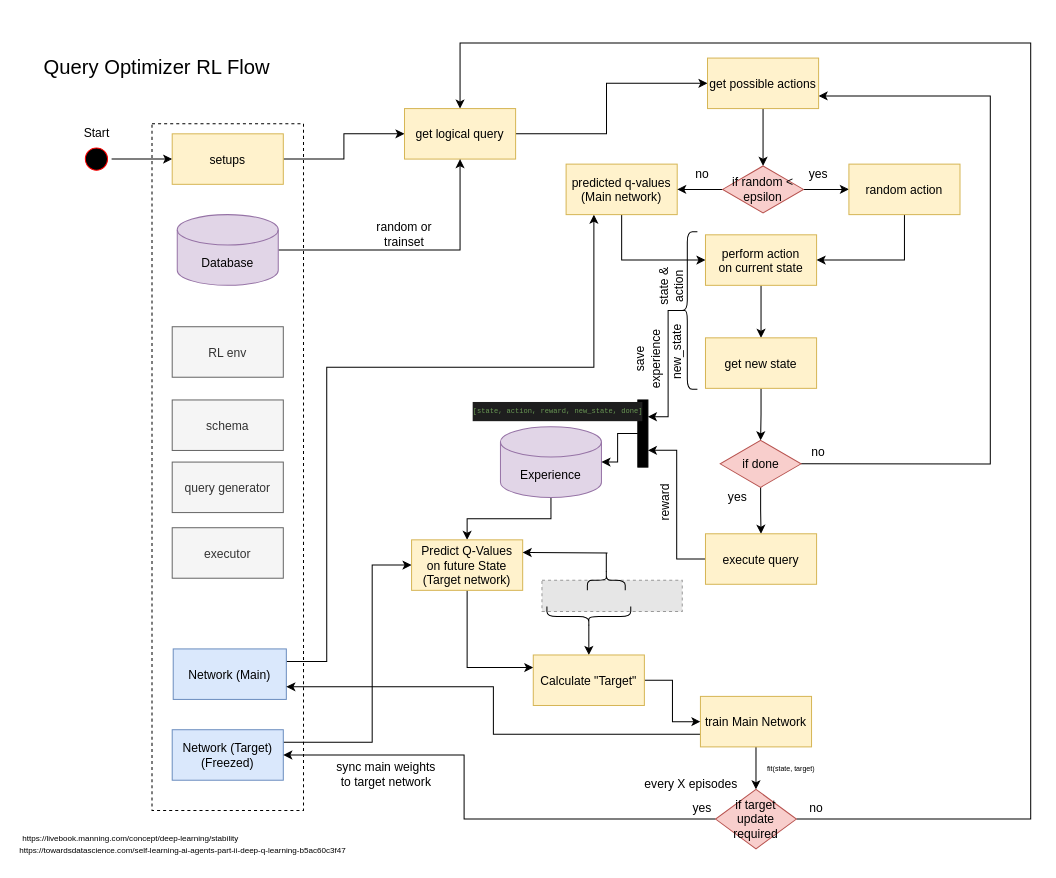
The draw.io diagram RL_Flow.drawio in dsghrg/releo, before the edit. Source tidied: cells renumbered, new cells numbered last; positions are measured from the earlier drawing's top-left corner, leaving out a move shared by most shapes. Both pictures are drawn from the tidied source at 101%, with x=0, y=0 at pixel (17, 37). Pictures stored in the file or linked from it are replaced by grey dashed boxes.
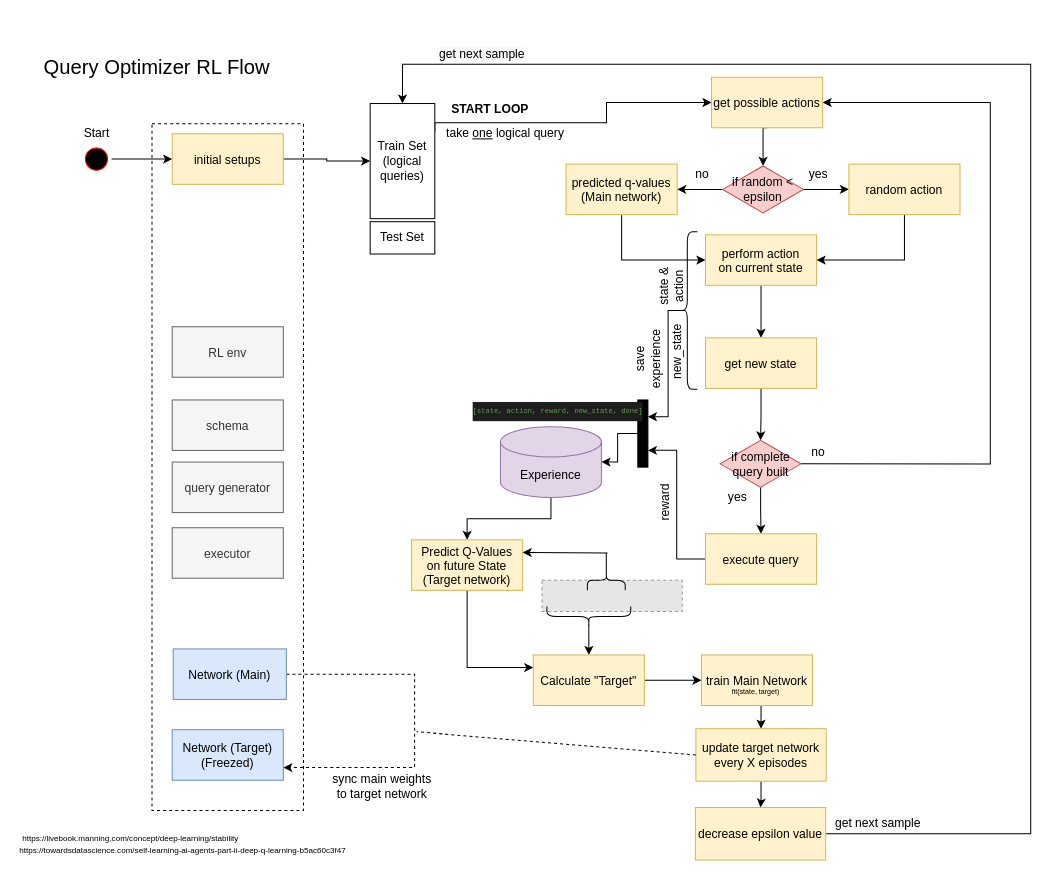
The same page after the edit.

Unchanged cells that the change refers to:
```xml
<mxCell id="13" value="Network (Main)" style="fillColor=#dae8fc;strokeColor=#6c8ebf;" parent="1" vertex="1">
  <mxGeometry x="154" y="605" width="112" height="50" as="geometry" />
</mxCell>
<mxCell id="15" value="Network (Target)&#10;(Freezed)" style="fillColor=#dae8fc;strokeColor=#6c8ebf;" parent="1" vertex="1">
  <mxGeometry x="153" y="685" width="110" height="50" as="geometry" />
</mxCell>
<mxCell id="17" value="predicted q-values&#10;(Main network)" style="fillColor=#fff2cc;strokeColor=#d6b656;" parent="1" vertex="1">
  <mxGeometry x="543" y="125" width="110" height="50" as="geometry" />
</mxCell>
<mxCell id="62" value="Predict Q-Values&#10;on future State&#10;(Target network)" style="fillColor=#fff2cc;strokeColor=#d6b656;" parent="1" vertex="1">
  <mxGeometry x="390" y="497" width="110" height="50" as="geometry" />
</mxCell>
```

Diff of the diagram source:
```diff
@@
-    <mxCell id="5" style="edgeStyle=orthogonalEdgeStyle;rounded=0;jettySize=auto;html=1;exitX=1;exitY=0.5;exitDx=0;exitDy=0;entryX=0;entryY=0.5;entryDx=0;entryDy=0;" parent="1" edge="1" source="6" target="44">
+    <mxCell id="5" style="edgeStyle=orthogonalEdgeStyle;rounded=0;jettySize=auto;html=1;exitX=1;exitY=0.5;exitDx=0;exitDy=0;entryX=0;entryY=0.5;entryDx=0;entryDy=0;" parent="1" edge="1" source="6" target="78">
       <mxGeometry relative="1" as="geometry" />
     </mxCell>
-    <mxCell id="6" value="setups" style="fillColor=#fff2cc;strokeColor=#d6b656;" parent="1" vertex="1">
+    <mxCell id="6" value="initial setups" style="fillColor=#fff2cc;strokeColor=#d6b656;" parent="1" vertex="1">
       <mxGeometry x="153" y="95" width="110" height="50" as="geometry" />
     </mxCell>
@@
-    <mxCell id="12" style="edgeStyle=orthogonalEdgeStyle;rounded=0;jettySize=auto;html=1;exitX=1;exitY=0.25;exitDx=0;exitDy=0;entryX=0.25;entryY=1;entryDx=0;entryDy=0;fillColor=#f8cecc;" parent="1" edge="1" source="13" target="17">
-      <mxGeometry relative="1" as="geometry">
-        <Array as="points">
-          <mxPoint x="306" y="617" />
-          <mxPoint x="306" y="326" />
-          <mxPoint x="570" y="326" />
-        </Array>
-      </mxGeometry>
-    </mxCell>
+    <mxCell id="77" style="edgeStyle=orthogonalEdgeStyle;rounded=0;jettySize=auto;html=1;exitX=1;exitY=0.5;exitDx=0;exitDy=0;entryX=1;entryY=0.75;entryDx=0;entryDy=0;dashed=1;" parent="1" edge="1" source="13" target="15">
+      <mxGeometry relative="1" as="geometry">
+        <Array as="points">
+          <mxPoint x="393" y="630" />
+          <mxPoint x="393" y="723" />
+        </Array>
+      </mxGeometry>
+    </mxCell>
@@
-    <mxCell id="14" style="edgeStyle=orthogonalEdgeStyle;rounded=0;jettySize=auto;html=1;exitX=1;exitY=0.25;exitDx=0;exitDy=0;entryX=0;entryY=0.5;entryDx=0;entryDy=0;strokeColor=#000000;fontSize=8;fontColor=#000000;" parent="1" edge="1" source="15" target="62">
-      <mxGeometry relative="1" as="geometry">
-        <Array as="points">
-          <mxPoint x="351" y="698" />
-          <mxPoint x="351" y="522" />
-        </Array>
-      </mxGeometry>
-    </mxCell>
@@
-    <mxCell id="25" style="edgeStyle=orthogonalEdgeStyle;rounded=0;jettySize=auto;html=1;exitX=1;exitY=0.5;exitDx=0;exitDy=0;entryX=1;entryY=0.75;entryDx=0;entryDy=0;" parent="1" edge="1" source="27" target="46">
+    <mxCell id="25" style="edgeStyle=orthogonalEdgeStyle;rounded=0;jettySize=auto;html=1;exitX=1;exitY=0.5;exitDx=0;exitDy=0;entryX=1;entryY=0.5;entryDx=0;entryDy=0;" parent="1" edge="1" source="27" target="46">
       <mxGeometry relative="1" as="geometry">
         <Array as="points">
           <mxPoint x="963" y="422" />
-          <mxPoint x="963" y="58" />
+          <mxPoint x="963" y="64" />
         </Array>
       </mxGeometry>
     </mxCell>
@@
-    <mxCell id="27" value="if done" style="rhombus;whiteSpace=wrap;html=1;fillColor=#f8cecc;strokeColor=#b85450;" parent="1" vertex="1">
+    <mxCell id="27" value="if complete query built" style="rhombus;whiteSpace=wrap;html=1;fillColor=#f8cecc;strokeColor=#b85450;" parent="1" vertex="1">
       <mxGeometry x="695.6" y="398.5" width="80" height="46.5" as="geometry" />
     </mxCell>
@@
-    <mxCell id="34" style="edgeStyle=orthogonalEdgeStyle;rounded=0;jettySize=auto;html=1;exitX=0.5;exitY=1;exitDx=0;exitDy=0;" parent="1" edge="1" source="36" target="39">
+    <mxCell id="34" style="edgeStyle=orthogonalEdgeStyle;rounded=0;jettySize=auto;html=1;exitX=0.5;exitY=1;exitDx=0;exitDy=0;entryX=0.5;entryY=0;entryDx=0;entryDy=0;" parent="1" edge="1" source="36" target="83">
       <mxGeometry relative="1" as="geometry" />
     </mxCell>
-    <mxCell id="35" style="edgeStyle=orthogonalEdgeStyle;rounded=0;jettySize=auto;html=1;exitX=0;exitY=0.75;exitDx=0;exitDy=0;entryX=1;entryY=0.75;entryDx=0;entryDy=0;strokeColor=#000000;fontSize=8;fontColor=#000000;" parent="1" edge="1" source="36" target="13">
-      <mxGeometry relative="1" as="geometry" />
-    </mxCell>
     <mxCell id="36" value="train Main Network" style="fillColor=#fff2cc;strokeColor=#d6b656;" parent="1" vertex="1">
-      <mxGeometry x="676" y="652" width="110" height="50" as="geometry" />
+      <mxGeometry x="677" y="611" width="110" height="50" as="geometry" />
     </mxCell>
-    <mxCell id="37" style="edgeStyle=orthogonalEdgeStyle;rounded=0;jettySize=auto;html=1;entryX=1;entryY=0.5;entryDx=0;entryDy=0;exitX=0;exitY=0.5;exitDx=0;exitDy=0;" parent="1" edge="1" source="39" target="15">
-      <mxGeometry relative="1" as="geometry">
-        <Array as="points">
-          <mxPoint x="442" y="774" />
-          <mxPoint x="442" y="710" />
-        </Array>
-      </mxGeometry>
-    </mxCell>
-    <mxCell id="38" style="edgeStyle=orthogonalEdgeStyle;rounded=0;jettySize=auto;html=1;exitX=1;exitY=0.5;exitDx=0;exitDy=0;entryX=0.5;entryY=0;entryDx=0;entryDy=0;" parent="1" edge="1" source="39" target="44">
+    <mxCell id="38" style="edgeStyle=orthogonalEdgeStyle;rounded=0;jettySize=auto;html=1;entryX=0.5;entryY=0;entryDx=0;entryDy=0;exitX=1;exitY=0.5;exitDx=0;exitDy=0;" parent="1" edge="1" source="87" target="78">
       <mxGeometry relative="1" as="geometry">
         <Array as="points">
-          <mxPoint x="1003" y="774" />
-          <mxPoint x="1003" y="5" />
-          <mxPoint x="438" y="5" />
+          <mxPoint x="1003" y="788" />
+          <mxPoint x="1003" y="26" />
+          <mxPoint x="381" y="26" />
         </Array>
       </mxGeometry>
     </mxCell>
-    <mxCell id="39" value="if target update required" style="rhombus;whiteSpace=wrap;html=1;fillColor=#f8cecc;strokeColor=#b85450;" parent="1" vertex="1">
-      <mxGeometry x="691" y="744" width="80" height="59" as="geometry" />
-    </mxCell>
-    <mxCell id="40" value="yes" style="text;html=1;strokeColor=none;fillColor=none;align=center;verticalAlign=middle;whiteSpace=wrap;rounded=0;dashed=1;" parent="1" vertex="1">
-      <mxGeometry x="658" y="753" width="40" height="20" as="geometry" />
-    </mxCell>
     <mxCell id="41" value="sync main weights to target network" style="text;html=1;strokeColor=none;fillColor=none;align=center;verticalAlign=middle;whiteSpace=wrap;rounded=0;dashed=1;" parent="1" vertex="1">
-      <mxGeometry x="310" y="719" width="110" height="20" as="geometry" />
+      <mxGeometry x="305.5" y="731" width="110" height="20" as="geometry" />
     </mxCell>
-    <mxCell id="42" value="no" style="text;html=1;strokeColor=none;fillColor=none;align=center;verticalAlign=middle;whiteSpace=wrap;rounded=0;dashed=1;" parent="1" vertex="1">
-      <mxGeometry x="771" y="753" width="40" height="20" as="geometry" />
-    </mxCell>
-    <mxCell id="43" style="edgeStyle=orthogonalEdgeStyle;rounded=0;jettySize=auto;html=1;exitX=1;exitY=0.5;exitDx=0;exitDy=0;entryX=0;entryY=0.5;entryDx=0;entryDy=0;" parent="1" edge="1" source="44" target="46">
+    <mxCell id="43" style="edgeStyle=orthogonalEdgeStyle;rounded=0;jettySize=auto;html=1;exitX=1;exitY=0.25;exitDx=0;exitDy=0;entryX=0;entryY=0.5;entryDx=0;entryDy=0;" parent="1" edge="1" source="78" target="46">
       <mxGeometry relative="1" as="geometry">
         <Array as="points">
-          <mxPoint x="583" y="95" />
-          <mxPoint x="583" y="45" />
+          <mxPoint x="413" y="84" />
+          <mxPoint x="583" y="84" />
+          <mxPoint x="583" y="64" />
         </Array>
       </mxGeometry>
     </mxCell>
-    <mxCell id="44" value="get logical query" style="fillColor=#fff2cc;strokeColor=#d6b656;" parent="1" vertex="1">
-      <mxGeometry x="383" y="70" width="110" height="50" as="geometry" />
-    </mxCell>
@@
     <mxCell id="46" value="get possible actions" style="fillColor=#fff2cc;strokeColor=#d6b656;" parent="1" vertex="1">
-      <mxGeometry x="683" y="20" width="110" height="50" as="geometry" />
+      <mxGeometry x="687" y="39" width="110" height="50" as="geometry" />
     </mxCell>
@@
-    <mxCell id="54" style="edgeStyle=orthogonalEdgeStyle;rounded=0;jettySize=auto;html=1;exitX=1;exitY=0.5;exitDx=0;exitDy=0;exitPerimeter=0;entryX=0.5;entryY=1;entryDx=0;entryDy=0;" parent="1" edge="1" source="55" target="44">
-      <mxGeometry relative="1" as="geometry" />
-    </mxCell>
-    <mxCell id="55" value="Database" style="shape=cylinder3;whiteSpace=wrap;html=1;boundedLbl=1;backgroundOutline=1;size=15;fillColor=#e1d5e7;strokeColor=#9673a6;" parent="1" vertex="1">
-      <mxGeometry x="158" y="175" width="100" height="70" as="geometry" />
-    </mxCell>
-    <mxCell id="56" value="random or trainset" style="text;html=1;strokeColor=none;fillColor=none;align=center;verticalAlign=middle;whiteSpace=wrap;rounded=0;dashed=1;" parent="1" vertex="1">
-      <mxGeometry x="353" y="185" width="60" height="20" as="geometry" />
-    </mxCell>
@@
     <mxCell id="70" value="fit(state, target)" style="text;html=1;strokeColor=none;fillColor=none;align=center;verticalAlign=middle;whiteSpace=wrap;rounded=0;fontSize=7;" parent="1" vertex="1">
-      <mxGeometry x="733" y="714" width="66" height="20" as="geometry" />
+      <mxGeometry x="698" y="638" width="66" height="20" as="geometry" />
     </mxCell>
@@
-    <mxCell id="73" value="every X episodes" style="text;html=1;strokeColor=none;fillColor=none;align=center;verticalAlign=middle;whiteSpace=wrap;rounded=0;dashed=1;" parent="1" vertex="1">
-      <mxGeometry x="614" y="729" width="106" height="20" as="geometry" />
-    </mxCell>
@@
+    <mxCell id="78" value="Train Set&lt;br&gt;(logical queries)" style="rounded=0;whiteSpace=wrap;html=1;" parent="1" vertex="1">
+      <mxGeometry x="349" y="65" width="64" height="114" as="geometry" />
+    </mxCell>
+    <mxCell id="79" value="Test Set" style="rounded=0;whiteSpace=wrap;html=1;" parent="1" vertex="1">
+      <mxGeometry x="349" y="182" width="64" height="32" as="geometry" />
+    </mxCell>
+    <mxCell id="80" value="&#10;&#10;&lt;span style=&quot;color: rgb(0, 0, 0); font-family: helvetica; font-size: 12px; font-style: normal; font-weight: 400; letter-spacing: normal; text-align: center; text-indent: 0px; text-transform: none; word-spacing: 0px; background-color: rgb(248, 249, 250); display: inline; float: none;&quot;&gt;get next sample&lt;/span&gt;&#10;&#10;" style="text;html=1;strokeColor=none;fillColor=none;align=center;verticalAlign=middle;whiteSpace=wrap;rounded=0;" parent="1" vertex="1">
+      <mxGeometry x="390" y="6" width="140" height="20" as="geometry" />
+    </mxCell>
+    <mxCell id="81" value="take &lt;u&gt;one&lt;/u&gt; logical query" style="text;html=1;strokeColor=none;fillColor=none;align=center;verticalAlign=middle;whiteSpace=wrap;rounded=0;" parent="1" vertex="1">
+      <mxGeometry x="413" y="85" width="140" height="20" as="geometry" />
+    </mxCell>
+    <mxCell id="82" style="edgeStyle=orthogonalEdgeStyle;rounded=0;jettySize=auto;html=1;exitX=0.5;exitY=1;exitDx=0;exitDy=0;" parent="1" edge="1" source="83" target="87">
+      <mxGeometry relative="1" as="geometry" />
+    </mxCell>
+    <mxCell id="83" value="update target network&#10;every X episodes" style="fillColor=#fff2cc;strokeColor=#d6b656;" parent="1" vertex="1">
+      <mxGeometry x="671.5" y="684" width="129" height="52" as="geometry" />
+    </mxCell>
+    <mxCell id="84" value="&#10;&#10;&lt;span style=&quot;color: rgb(0, 0, 0); font-family: helvetica; font-size: 12px; font-style: normal; font-weight: 400; letter-spacing: normal; text-align: center; text-indent: 0px; text-transform: none; word-spacing: 0px; background-color: rgb(248, 249, 250); display: inline; float: none;&quot;&gt;get next sample&lt;/span&gt;&#10;&#10;" style="text;html=1;strokeColor=none;fillColor=none;align=center;verticalAlign=middle;whiteSpace=wrap;rounded=0;" parent="1" vertex="1">
+      <mxGeometry x="782" y="768" width="140" height="20" as="geometry" />
+    </mxCell>
+    <mxCell id="85" style="endArrow=none;dashed=1;html=1;exitX=0;exitY=0.5;exitDx=0;exitDy=0;" parent="1" edge="1" source="83">
+      <mxGeometry relative="1" as="geometry">
+        <mxPoint x="395" y="687" as="targetPoint" />
+      </mxGeometry>
+    </mxCell>
+    <mxCell id="86" value="START LOOP" style="text;html=1;strokeColor=none;fillColor=none;align=center;verticalAlign=middle;whiteSpace=wrap;rounded=0;fontStyle=1;" parent="1" vertex="1">
+      <mxGeometry x="398" y="61" width="140" height="20" as="geometry" />
+    </mxCell>
+    <mxCell id="87" value="decrease epsilon value" style="fillColor=#fff2cc;strokeColor=#d6b656;" parent="1" vertex="1">
+      <mxGeometry x="671" y="762" width="129" height="52" as="geometry" />
+    </mxCell>
```
